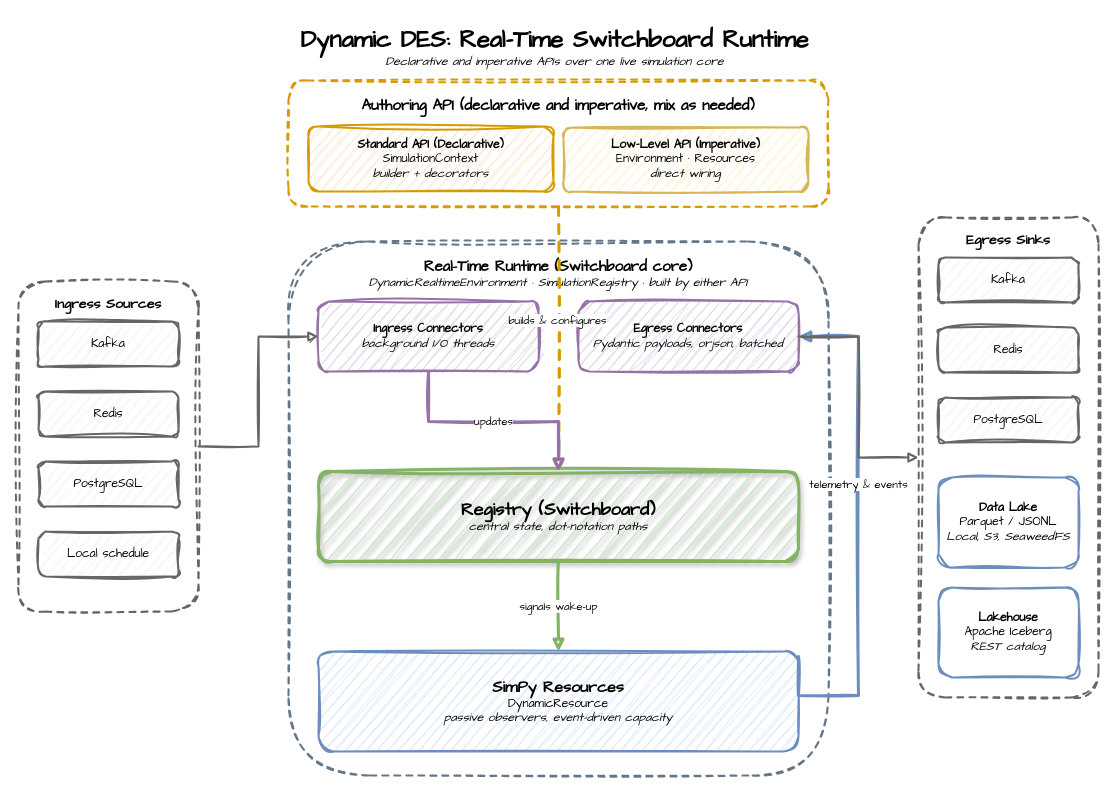
This is docs/assets/architecture.drawio from jaehyeon-kim/dynamic-des, a draw.io file, before an edit. Source tidied: cells renumbered, new cells numbered last; positions are measured from the earlier drawing's top-left corner, leaving out a move shared by most shapes. Both pictures are drawn from the tidied source at 100%, with x=0, y=0 at pixel (18, 17).
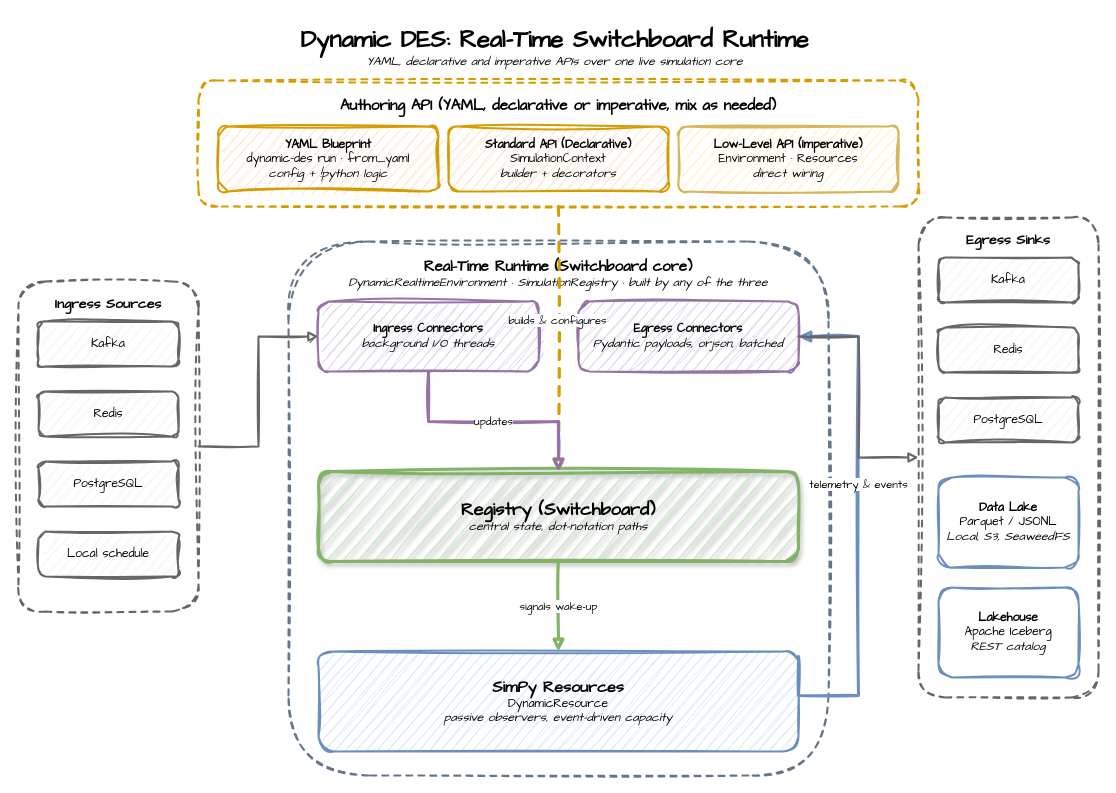
The same page after the edit.

Commit message (it also covers changes not shown here):
docs: YAML in the architecture section, index, getting started and README

The edit, as a diff of the source:
```diff
@@
-    <mxCell id="2" value="&lt;b style=&quot;font-size: 24px;&quot;&gt;Dynamic DES: Real-Time Switchboard Runtime&lt;/b&gt;&lt;br&gt;&lt;i&gt;Declarative and imperative APIs over one live simulation core&lt;/i&gt;" style="text;html=1;align=center;verticalAlign=middle;fontFamily=Comic Sans MS;" parent="1" vertex="1">
+    <mxCell id="2" value="&lt;b style=&quot;font-size: 24px;&quot;&gt;Dynamic DES: Real-Time Switchboard Runtime&lt;/b&gt;&lt;br&gt;&lt;i&gt;YAML, declarative and imperative APIs over one live simulation core&lt;/i&gt;" style="text;html=1;align=center;verticalAlign=middle;fontFamily=Comic Sans MS;" parent="1" vertex="1">
       <mxGeometry x="236" width="600" height="60" as="geometry" />
     </mxCell>
-    <mxCell id="3" value="&lt;b style=&quot;font-size: 15px;&quot;&gt;Authoring API (declarative and imperative, mix as needed)&lt;/b&gt;" style="rounded=1;whiteSpace=wrap;html=1;sketch=1;curveFitting=1;jiggle=2;fillColor=none;strokeColor=#d79b00;strokeWidth=2;dashed=1;align=center;verticalAlign=top;spacingTop=10;fontFamily=Comic Sans MS;" parent="1" vertex="1">
-      <mxGeometry x="270" y="63" width="540" height="126" as="geometry" />
+    <mxCell id="3" value="&lt;b style=&quot;font-size: 15px;&quot;&gt;Authoring API (YAML, declarative or imperative, mix as needed)&lt;/b&gt;" style="rounded=1;whiteSpace=wrap;html=1;sketch=1;curveFitting=1;jiggle=2;fillColor=none;strokeColor=#d79b00;strokeWidth=2;dashed=1;align=center;verticalAlign=top;spacingTop=10;fontFamily=Comic Sans MS;" parent="1" vertex="1">
+      <mxGeometry x="180" y="63" width="720" height="126" as="geometry" />
     </mxCell>
+    <mxCell id="30" value="&lt;b&gt;YAML Blueprint&lt;/b&gt;&lt;br&gt;dynamic-des run · from_yaml&lt;br&gt;&lt;i&gt;config + !python logic&lt;/i&gt;" style="rounded=1;whiteSpace=wrap;html=1;sketch=1;curveFitting=1;jiggle=2;fillColor=#ffe6cc;strokeColor=#d79b00;strokeWidth=2;fontFamily=Comic Sans MS;" parent="1" vertex="1">
+      <mxGeometry x="200" y="109" width="220" height="65" as="geometry" />
+    </mxCell>
     <mxCell id="4" value="&lt;b&gt;Standard API (Declarative)&lt;/b&gt;&lt;br&gt;SimulationContext&lt;br&gt;&lt;i&gt;builder + decorators&lt;/i&gt;" style="rounded=1;whiteSpace=wrap;html=1;sketch=1;curveFitting=1;jiggle=2;fillColor=#ffe6cc;strokeColor=#d79b00;strokeWidth=2;fontFamily=Comic Sans MS;" parent="1" vertex="1">
-      <mxGeometry x="290" y="109" width="245" height="65" as="geometry" />
+      <mxGeometry x="430" y="109" width="220" height="65" as="geometry" />
     </mxCell>
     <mxCell id="5" value="&lt;b&gt;Low-Level API (Imperative)&lt;/b&gt;&lt;br&gt;Environment · Resources&lt;br&gt;&lt;i&gt;direct wiring&lt;/i&gt;" style="rounded=1;whiteSpace=wrap;html=1;sketch=1;curveFitting=1;jiggle=2;fillColor=#fff2cc;strokeColor=#d6b656;strokeWidth=2;fontFamily=Comic Sans MS;" parent="1" vertex="1">
-      <mxGeometry x="545" y="110" width="245" height="64" as="geometry" />
+      <mxGeometry x="660" y="109" width="220" height="65" as="geometry" />
     </mxCell>
-    <mxCell id="6" value="&lt;b style=&quot;font-size: 15px;&quot;&gt;Real-Time Runtime (Switchboard core)&lt;/b&gt;&lt;br&gt;&lt;i&gt;DynamicRealtimeEnvironment · SimulationRegistry · built by either API&lt;/i&gt;" style="rounded=1;whiteSpace=wrap;html=1;sketch=1;curveFitting=1;jiggle=2;fillColor=none;strokeColor=#647687;strokeWidth=2;dashed=1;align=center;verticalAlign=top;spacingTop=10;fontFamily=Comic Sans MS;" parent="1" vertex="1">
+    <mxCell id="6" value="&lt;b style=&quot;font-size: 15px;&quot;&gt;Real-Time Runtime (Switchboard core)&lt;/b&gt;&lt;br&gt;&lt;i&gt;DynamicRealtimeEnvironment · SimulationRegistry · built by any of the three&lt;/i&gt;" style="rounded=1;whiteSpace=wrap;html=1;sketch=1;curveFitting=1;jiggle=2;fillColor=none;strokeColor=#647687;strokeWidth=2;dashed=1;align=center;verticalAlign=top;spacingTop=10;fontFamily=Comic Sans MS;" parent="1" vertex="1">
       <mxGeometry x="270" y="224" width="540" height="534" as="geometry" />
     </mxCell>
```
